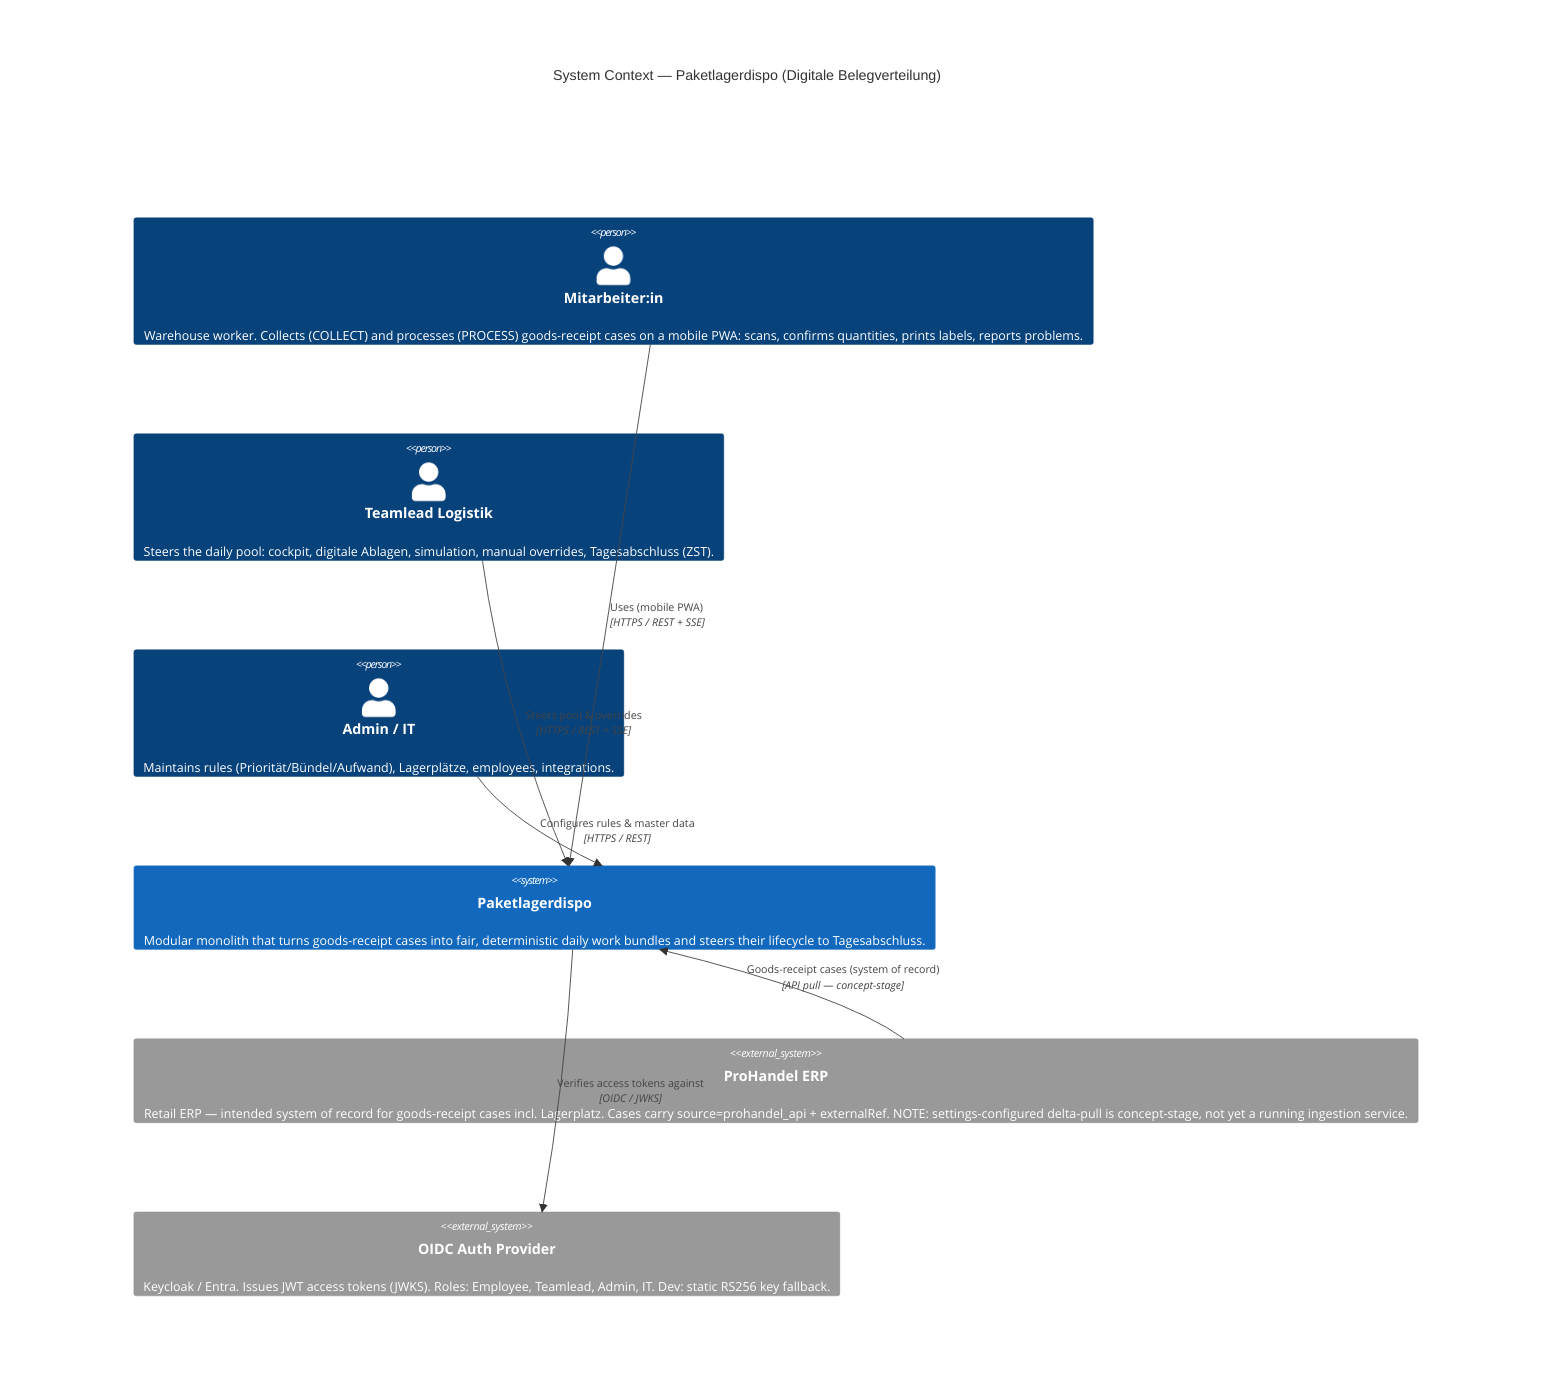
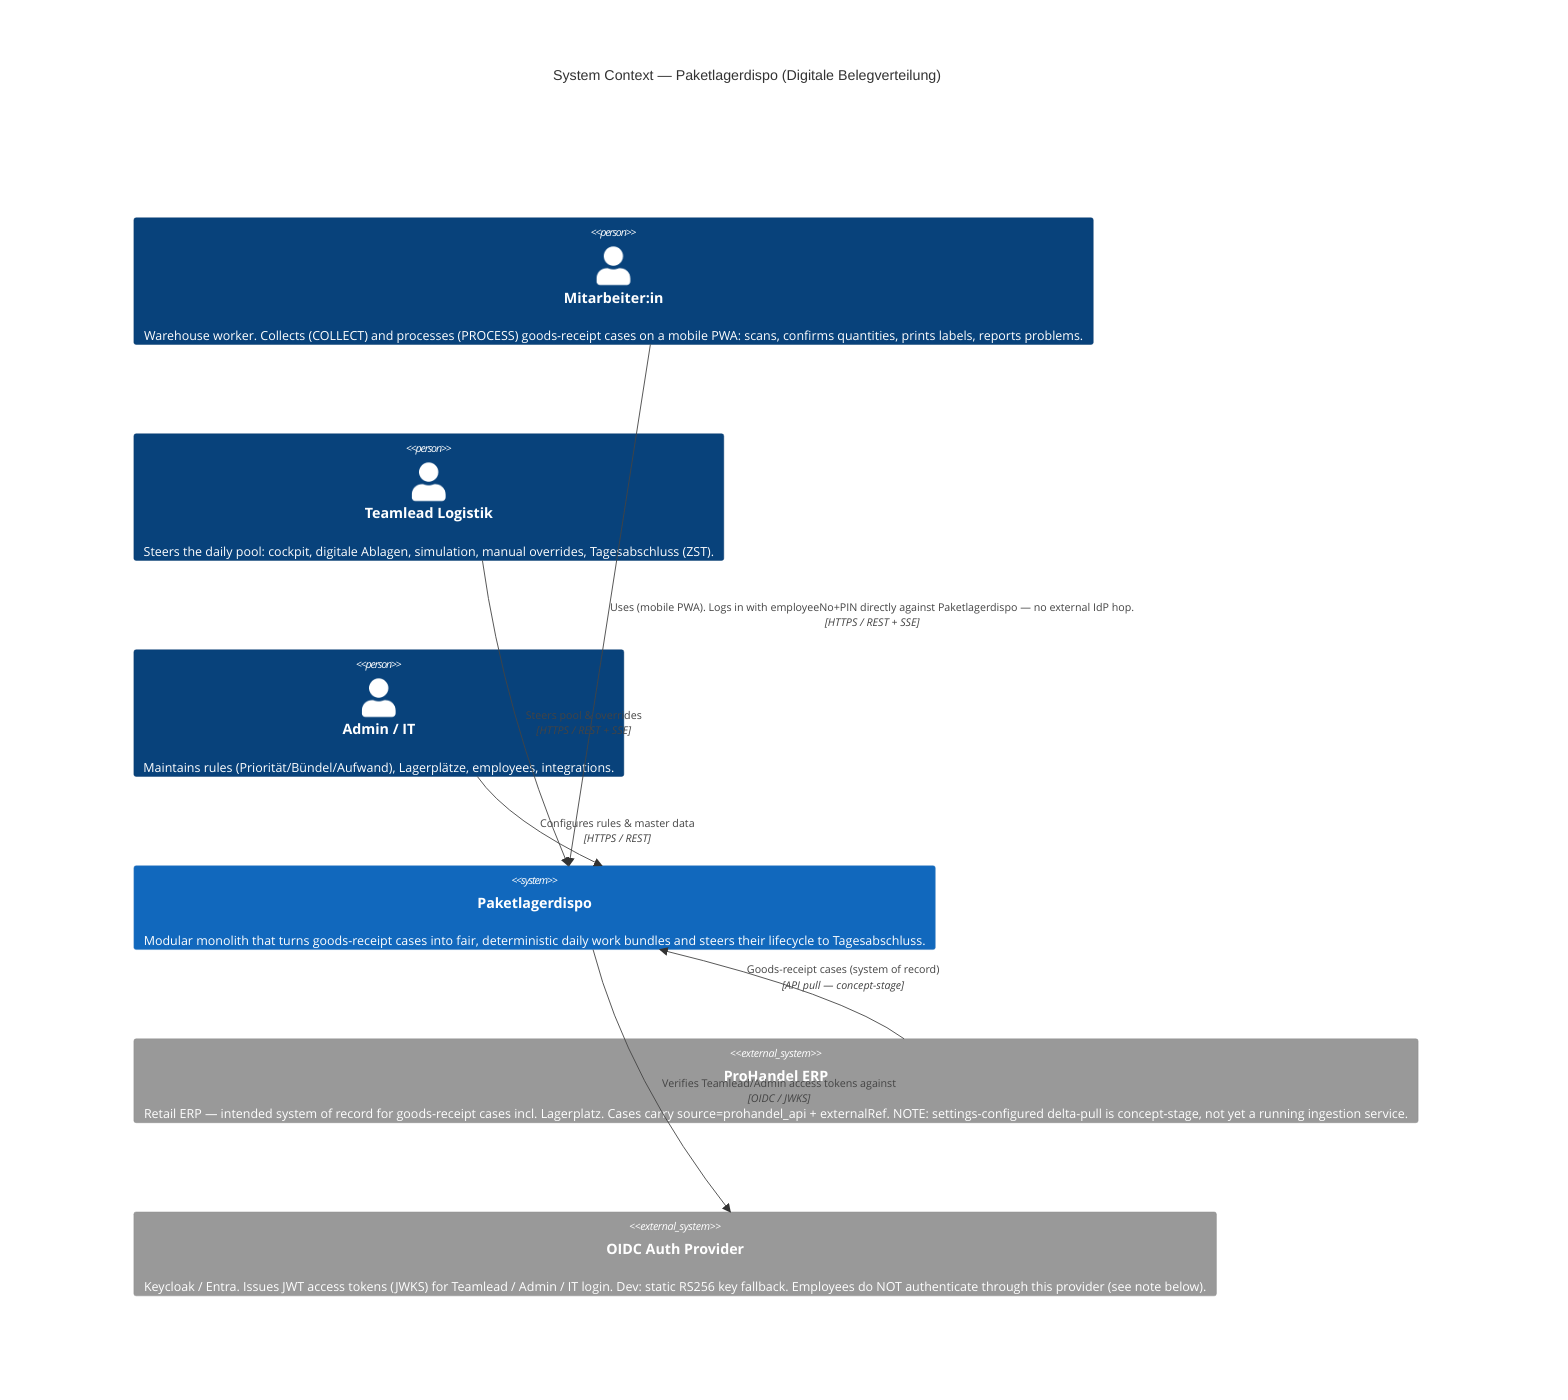
%% C4 Level 1 — System Context
%% Paketlagerdispo — Digitale Belegverteilung (L&T Logistics)
%% Source of truth: verified against apps/* and packages/* on branch main.
C4Context
    title System Context — Paketlagerdispo (Digitale Belegverteilung)

    Person(employee, "Mitarbeiter:in", "Warehouse worker. Collects (COLLECT) and processes (PROCESS) goods-receipt cases on a mobile PWA: scans, confirms quantities, prints labels, reports problems.")
    Person(teamlead, "Teamlead Logistik", "Steers the daily pool: cockpit, digitale Ablagen, simulation, manual overrides, Tagesabschluss (ZST).")
    Person(admin, "Admin / IT", "Maintains rules (Priorität/Bündel/Aufwand), Lagerplätze, employees, integrations.")

    System(paket, "Paketlagerdispo", "Modular monolith that turns goods-receipt cases into fair, deterministic daily work bundles and steers their lifecycle to Tagesabschluss.")

    System_Ext(prohandel, "ProHandel ERP", "Retail ERP — intended system of record for goods-receipt cases incl. Lagerplatz. Cases carry source=prohandel_api + externalRef. NOTE: settings-configured delta-pull is concept-stage, not yet a running ingestion service.")
-     System_Ext(oidc, "OIDC Auth Provider", "Keycloak / Entra. Issues JWT access tokens (JWKS). Roles: Employee, Teamlead, Admin, IT. Dev: static RS256 key fallback.")
+     System_Ext(oidc, "OIDC Auth Provider", "Keycloak / Entra. Issues JWT access tokens (JWKS) for Teamlead / Admin / IT login. Dev: static RS256 key fallback. Employees do NOT authenticate through this provider (see note below).")

-     Rel(employee, paket, "Uses (mobile PWA)", "HTTPS / REST + SSE")
+     Rel(employee, paket, "Uses (mobile PWA). Logs in with employeeNo+PIN directly against Paketlagerdispo — no external IdP hop.", "HTTPS / REST + SSE")
    Rel(teamlead, paket, "Steers pool & overrides", "HTTPS / REST + SSE")
    Rel(admin, paket, "Configures rules & master data", "HTTPS / REST")

-     Rel(paket, oidc, "Verifies access tokens against", "OIDC / JWKS")
+     Rel(paket, oidc, "Verifies Teamlead/Admin access tokens against", "OIDC / JWKS")
    Rel(prohandel, paket, "Goods-receipt cases (system of record)", "API pull — concept-stage")

    UpdateRelStyle(prohandel, paket, $offsetY="-30", $offsetX="-40", $lineColor="grey")
    UpdateLayoutConfig($c4ShapeInRow="2", $c4BoundaryInRow="1")
